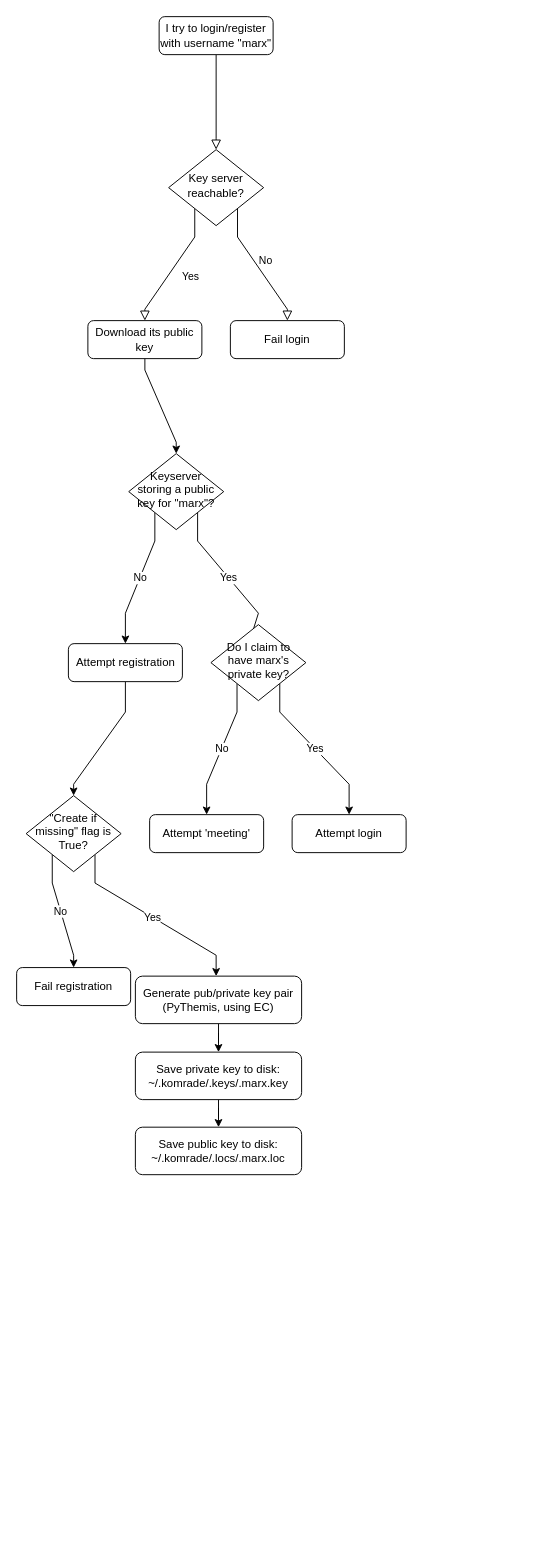
The draw.io diagram cryptosystems.drawio in ComradOrg/Comrad, before the edit. Source tidied: cells renumbered, new cells numbered last; positions are measured from the earlier drawing's top-left corner, leaving out a move shared by most shapes. Both pictures are drawn from the tidied source at 95%, with x=0, y=0 at pixel (16, 16).
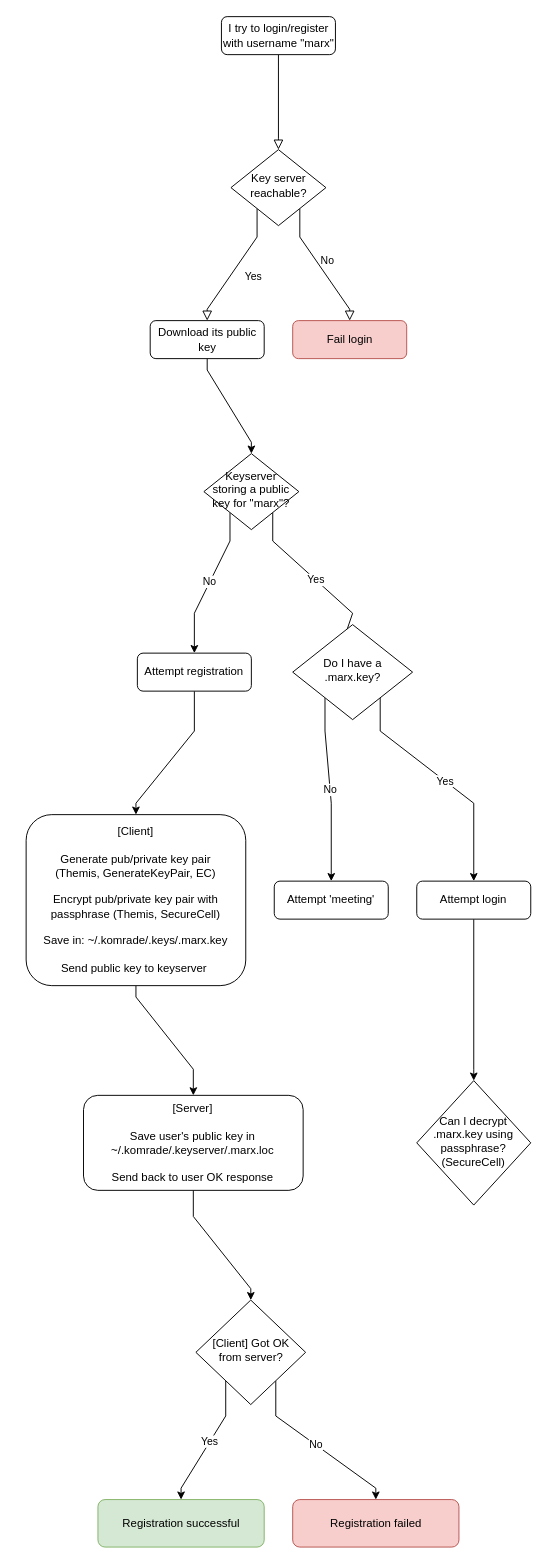
The same page after the edit.

Diff of the diagram source:
```diff
@@
     <mxCell id="2" style="rounded=0;html=1;jettySize=auto;fontSize=11;endArrow=block;endFill=0;endSize=8;strokeWidth=1;shadow=0;labelBackgroundColor=none;edgeStyle=orthogonalEdgeStyle;noEdgeStyle=1;orthogonal=1;" parent="1" edge="1" source="3" target="6">
       <mxGeometry relative="1" as="geometry">
         <Array as="points">
-          <mxPoint x="210" y="52" />
-          <mxPoint x="210" y="128" />
+          <mxPoint x="275.6" y="52" />
+          <mxPoint x="275.6" y="128" />
         </Array>
       </mxGeometry>
     </mxCell>
     <mxCell id="3" value="I try to login/register with username &quot;marx&quot;" style="rounded=1;whiteSpace=wrap;html=1;fontSize=12;glass=0;strokeWidth=1;shadow=0;" parent="1" vertex="1">
-      <mxGeometry x="150" width="120" height="40" as="geometry" />
+      <mxGeometry x="215.6" width="120" height="40" as="geometry" />
     </mxCell>
     <mxCell id="4" value="Yes" style="rounded=0;html=1;jettySize=auto;fontSize=11;endArrow=block;endFill=0;endSize=8;strokeWidth=1;shadow=0;labelBackgroundColor=none;edgeStyle=orthogonalEdgeStyle;noEdgeStyle=1;orthogonal=1;" parent="1" edge="1" source="6" target="9">
       <mxGeometry y="20" relative="1" as="geometry">
         <Array as="points">
-          <mxPoint x="187.5" y="232" />
-          <mxPoint x="135" y="308" />
+          <mxPoint x="253.1" y="232" />
+          <mxPoint x="200.6" y="308" />
         </Array>
       </mxGeometry>
     </mxCell>
     <mxCell id="5" value="No" style="edgeStyle=orthogonalEdgeStyle;rounded=0;html=1;jettySize=auto;fontSize=11;endArrow=block;endFill=0;endSize=8;strokeWidth=1;shadow=0;labelBackgroundColor=none;noEdgeStyle=1;orthogonal=1;" parent="1" edge="1" source="6" target="7">
       <mxGeometry y="10" relative="1" as="geometry">
         <Array as="points">
-          <mxPoint x="232.5" y="232" />
-          <mxPoint x="285" y="308" />
+          <mxPoint x="298.1" y="232" />
+          <mxPoint x="350.6" y="308" />
         </Array>
       </mxGeometry>
     </mxCell>
     <mxCell id="6" value="Key server reachable?" style="rhombus;whiteSpace=wrap;html=1;shadow=0;fontFamily=Helvetica;fontSize=12;align=center;strokeWidth=1;spacing=6;spacingTop=-4;" parent="1" vertex="1">
-      <mxGeometry x="160" y="140" width="100" height="80" as="geometry" />
+      <mxGeometry x="225.6" y="140" width="100" height="80" as="geometry" />
     </mxCell>
-    <mxCell id="7" value="Fail login" style="rounded=1;whiteSpace=wrap;html=1;fontSize=12;glass=0;strokeWidth=1;shadow=0;" parent="1" vertex="1">
-      <mxGeometry x="225" y="320" width="120" height="40" as="geometry" />
+    <mxCell id="7" value="Fail login" style="rounded=1;whiteSpace=wrap;html=1;fontSize=12;glass=0;strokeWidth=1;shadow=0;fillColor=#f8cecc;strokeColor=#b85450;" parent="1" vertex="1">
+      <mxGeometry x="290.6" y="320" width="120" height="40" as="geometry" />
     </mxCell>
     <mxCell id="8" style="edgeStyle=orthogonalEdgeStyle;rounded=0;jettySize=auto;html=1;noEdgeStyle=1;orthogonal=1;" parent="1" edge="1" source="9" target="12">
       <mxGeometry relative="1" as="geometry">
         <Array as="points">
-          <mxPoint x="135" y="372" />
-          <mxPoint x="168" y="448" />
+          <mxPoint x="200.6" y="372" />
+          <mxPoint x="247.1" y="448" />
         </Array>
       </mxGeometry>
     </mxCell>
     <mxCell id="9" value="Download its public key" style="rounded=1;whiteSpace=wrap;html=1;fontSize=12;glass=0;strokeWidth=1;shadow=0;" parent="1" vertex="1">
-      <mxGeometry x="75" y="320" width="120" height="40" as="geometry" />
+      <mxGeometry x="140.6" y="320" width="120" height="40" as="geometry" />
     </mxCell>
     <mxCell id="10" value="No" style="edgeStyle=orthogonalEdgeStyle;rounded=0;jettySize=auto;html=1;noEdgeStyle=1;orthogonal=1;" parent="1" edge="1" source="12" target="22">
       <mxGeometry relative="1" as="geometry">
         <Array as="points">
-          <mxPoint x="145.5" y="552" />
-          <mxPoint x="114.5" y="628" />
+          <mxPoint x="224.6" y="552" />
+          <mxPoint x="187.1" y="628" />
         </Array>
       </mxGeometry>
     </mxCell>
     <mxCell id="11" value="Yes" style="edgeStyle=orthogonalEdgeStyle;rounded=0;jettySize=auto;html=1;noEdgeStyle=1;orthogonal=1;entryX=0.4;entryY=0.25;entryDx=0;entryDy=0;entryPerimeter=0;" parent="1" edge="1" source="12" target="15">
       <mxGeometry relative="1" as="geometry">
         <Array as="points">
-          <mxPoint x="190.5" y="552" />
-          <mxPoint x="254.5" y="628" />
+          <mxPoint x="269.6" y="552" />
+          <mxPoint x="353.7" y="628" />
         </Array>
       </mxGeometry>
     </mxCell>
     <mxCell id="12" value="Keyserver storing a public key for &quot;marx&quot;?" style="rhombus;whiteSpace=wrap;html=1;shadow=0;fontFamily=Helvetica;fontSize=12;align=center;strokeWidth=1;spacing=6;spacingTop=-4;" parent="1" vertex="1">
-      <mxGeometry x="118" y="460" width="100" height="80" as="geometry" />
+      <mxGeometry x="197.1" y="460" width="100" height="80" as="geometry" />
     </mxCell>
     <mxCell id="13" value="No" style="edgeStyle=orthogonalEdgeStyle;rounded=0;jettySize=auto;html=1;noEdgeStyle=1;orthogonal=1;" parent="1" edge="1" source="15" target="16">
       <mxGeometry relative="1" as="geometry">
         <Array as="points">
-          <mxPoint x="232" y="732" />
-          <mxPoint x="200" y="808" />
+          <mxPoint x="324.6" y="752" />
+          <mxPoint x="331.2" y="828" />
         </Array>
       </mxGeometry>
     </mxCell>
     <mxCell id="14" value="Yes" style="edgeStyle=orthogonalEdgeStyle;rounded=0;jettySize=auto;html=1;noEdgeStyle=1;orthogonal=1;" parent="1" edge="1" source="15" target="23">
       <mxGeometry relative="1" as="geometry">
         <Array as="points">
-          <mxPoint x="277" y="732" />
-          <mxPoint x="350" y="808" />
+          <mxPoint x="382.7" y="752" />
+          <mxPoint x="481.2" y="828" />
         </Array>
       </mxGeometry>
     </mxCell>
-    <mxCell id="15" value="Do I claim to have marx's private key?" style="rhombus;whiteSpace=wrap;html=1;shadow=0;fontFamily=Helvetica;fontSize=12;align=center;strokeWidth=1;spacing=6;spacingTop=-4;" parent="1" vertex="1">
-      <mxGeometry x="204.5" y="640" width="100" height="80" as="geometry" />
+    <mxCell id="15" value="Do I have a .marx.key?" style="rhombus;whiteSpace=wrap;html=1;shadow=0;fontFamily=Helvetica;fontSize=12;align=center;strokeWidth=1;spacing=6;spacingTop=-4;" parent="1" vertex="1">
+      <mxGeometry x="290.6" y="640" width="126.2" height="100" as="geometry" />
     </mxCell>
     <mxCell id="16" value="Attempt 'meeting'" style="rounded=1;whiteSpace=wrap;html=1;fontSize=12;glass=0;strokeWidth=1;shadow=0;" parent="1" vertex="1">
-      <mxGeometry x="140" y="840" width="120" height="40" as="geometry" />
+      <mxGeometry x="271.2" y="910" width="120" height="40" as="geometry" />
     </mxCell>
-    <mxCell id="17" value="No" style="edgeStyle=orthogonalEdgeStyle;rounded=0;jettySize=auto;html=1;noEdgeStyle=1;orthogonal=1;" parent="1" edge="1" source="19" target="20">
-      <mxGeometry relative="1" as="geometry">
-        <Array as="points">
-          <mxPoint x="37.5" y="912" />
-          <mxPoint x="60" y="988" />
-        </Array>
-      </mxGeometry>
-    </mxCell>
-    <mxCell id="18" value="Yes" style="edgeStyle=orthogonalEdgeStyle;rounded=0;jettySize=auto;html=1;noEdgeStyle=1;orthogonal=1;" parent="1" edge="1" source="19" target="25">
-      <mxGeometry relative="1" as="geometry">
-        <Array as="points">
-          <mxPoint x="82.5" y="912" />
-          <mxPoint x="210" y="988" />
-        </Array>
-      </mxGeometry>
-    </mxCell>
-    <mxCell id="19" value="&quot;Create if missing&quot; flag is True?" style="rhombus;whiteSpace=wrap;html=1;shadow=0;fontFamily=Helvetica;fontSize=12;align=center;strokeWidth=1;spacing=6;spacingTop=-4;" parent="1" vertex="1">
-      <mxGeometry x="10" y="820" width="100" height="80" as="geometry" />
-    </mxCell>
-    <mxCell id="20" value="Fail registration" style="rounded=1;whiteSpace=wrap;html=1;fontSize=12;glass=0;strokeWidth=1;shadow=0;" parent="1" vertex="1">
-      <mxGeometry y="1001" width="120" height="40" as="geometry" />
-    </mxCell>
-    <mxCell id="21" style="edgeStyle=orthogonalEdgeStyle;rounded=0;jettySize=auto;html=1;noEdgeStyle=1;orthogonal=1;" parent="1" edge="1" source="22" target="19">
+    <mxCell id="21" style="edgeStyle=orthogonalEdgeStyle;rounded=0;jettySize=auto;html=1;noEdgeStyle=1;orthogonal=1;entryX=0.5;entryY=0;entryDx=0;entryDy=0;" parent="1" edge="1" source="22" target="27">
       <mxGeometry relative="1" as="geometry">
         <Array as="points">
-          <mxPoint x="114.5" y="732" />
-          <mxPoint x="60" y="808" />
+          <mxPoint x="187.1" y="752" />
+          <mxPoint x="125.6" y="828" />
         </Array>
       </mxGeometry>
     </mxCell>
     <mxCell id="22" value="Attempt registration" style="rounded=1;whiteSpace=wrap;html=1;fontSize=12;glass=0;strokeWidth=1;shadow=0;" parent="1" vertex="1">
-      <mxGeometry x="54.5" y="660" width="120" height="40" as="geometry" />
+      <mxGeometry x="127.1" y="670" width="120" height="40" as="geometry" />
     </mxCell>
+    <mxCell id="29" style="edgeStyle=orthogonalEdgeStyle;rounded=0;jettySize=auto;html=1;noEdgeStyle=1;orthogonal=1;entryX=0.5;entryY=0;entryDx=0;entryDy=0;" parent="1" edge="1" source="23" target="31">
+      <mxGeometry relative="1" as="geometry">
+        <Array as="points">
+          <mxPoint x="481.2" y="1032" />
+          <mxPoint x="481.2" y="1108" />
+        </Array>
+      </mxGeometry>
+    </mxCell>
     <mxCell id="23" value="Attempt login" style="rounded=1;whiteSpace=wrap;html=1;fontSize=12;glass=0;strokeWidth=1;shadow=0;" parent="1" vertex="1">
-      <mxGeometry x="290" y="840" width="120" height="40" as="geometry" />
+      <mxGeometry x="421.2" y="910" width="120" height="40" as="geometry" />
     </mxCell>
-    <mxCell id="24" style="edgeStyle=orthogonalEdgeStyle;rounded=0;jettySize=auto;html=1;" parent="1" edge="1" source="25" target="27">
-      <mxGeometry relative="1" as="geometry" />
-    </mxCell>
-    <mxCell id="25" value="Generate pub/private key pair (PyThemis, using EC)" style="rounded=1;whiteSpace=wrap;html=1;fontSize=12;glass=0;strokeWidth=1;shadow=0;" parent="1" vertex="1">
-      <mxGeometry x="125" y="1010" width="175" height="50" as="geometry" />
-    </mxCell>
-    <mxCell id="26" style="edgeStyle=orthogonalEdgeStyle;rounded=0;jettySize=auto;html=1;" parent="1" edge="1" source="27" target="28">
-      <mxGeometry relative="1" as="geometry" />
-    </mxCell>
+    <mxCell id="30" style="edgeStyle=orthogonalEdgeStyle;rounded=0;jettySize=auto;html=1;noEdgeStyle=1;orthogonal=1;entryX=0.5;entryY=0;entryDx=0;entryDy=0;" parent="1" edge="1" source="27" target="34">
+      <mxGeometry relative="1" as="geometry">
+        <Array as="points">
+          <mxPoint x="125.6" y="1032" />
+          <mxPoint x="186" y="1108" />
+        </Array>
+      </mxGeometry>
+    </mxCell>
-    <mxCell id="27" value="Save private key to disk: ~/.komrade/.keys/.marx.key" style="rounded=1;whiteSpace=wrap;html=1;fontSize=12;glass=0;strokeWidth=1;shadow=0;" parent="1" vertex="1">
-      <mxGeometry x="125" y="1090" width="175" height="50" as="geometry" />
+    <mxCell id="27" value="&lt;div&gt;&lt;span&gt;[Client]&lt;/span&gt;&lt;/div&gt;&lt;div&gt;&lt;span&gt;&lt;br&gt;&lt;/span&gt;&lt;/div&gt;&lt;span&gt;Generate pub/private key pair&lt;br&gt;(Themis, GenerateKeyPair, EC)&lt;br&gt;&lt;/span&gt;&lt;br&gt;&lt;span&gt;Encrypt pub/private key pair with passphrase&amp;nbsp;&lt;/span&gt;&lt;span&gt;(Themis, SecureCell)&lt;br&gt;&lt;/span&gt;&lt;br&gt;&lt;span&gt;Save in:&amp;nbsp;&lt;/span&gt;&lt;span&gt;~/.komrade/.keys/.marx.key&lt;br&gt;&lt;br&gt;&lt;/span&gt;Send public key to keyserver&lt;span&gt;&amp;nbsp;&lt;/span&gt;" style="rounded=1;whiteSpace=wrap;html=1;fontSize=12;glass=0;strokeWidth=1;shadow=0;align=center;" parent="1" vertex="1">
+      <mxGeometry x="10" y="840" width="231.2" height="180" as="geometry" />
     </mxCell>
-    <mxCell id="28" value="Save public key to disk: ~/.komrade/.locs/.marx.loc" style="rounded=1;whiteSpace=wrap;html=1;fontSize=12;glass=0;strokeWidth=1;shadow=0;" parent="1" vertex="1">
-      <mxGeometry x="125" y="1169" width="175" height="50" as="geometry" />
-    </mxCell>
+    <mxCell id="31" value="Can I decrypt .marx.key using passphrase? (SecureCell)" style="rhombus;whiteSpace=wrap;html=1;shadow=0;fontFamily=Helvetica;fontSize=12;align=center;strokeWidth=1;spacing=6;spacingTop=-4;" parent="1" vertex="1">
+      <mxGeometry x="421.2" y="1120" width="120" height="131" as="geometry" />
+    </mxCell>
+    <mxCell id="32" value="Registration successful" style="rounded=1;whiteSpace=wrap;html=1;fontSize=12;glass=0;strokeWidth=1;shadow=0;fillColor=#d5e8d4;strokeColor=#82b366;" parent="1" vertex="1">
+      <mxGeometry x="85.6" y="1561" width="175" height="50" as="geometry" />
+    </mxCell>
+    <mxCell id="33" style="edgeStyle=orthogonalEdgeStyle;rounded=0;jettySize=auto;html=1;noEdgeStyle=1;orthogonal=1;" parent="1" edge="1" source="34" target="35">
+      <mxGeometry relative="1" as="geometry">
+        <Array as="points">
+          <mxPoint x="186" y="1263" />
+          <mxPoint x="246.5" y="1339" />
+        </Array>
+      </mxGeometry>
+    </mxCell>
+    <mxCell id="34" value="&lt;div&gt;&lt;span&gt;[Server]&lt;/span&gt;&lt;/div&gt;&lt;div&gt;&lt;span&gt;&lt;br&gt;&lt;/span&gt;&lt;/div&gt;&lt;div&gt;Save user's public key in&lt;/div&gt;&lt;div&gt;~/.komrade/.keyserver/.marx.loc&lt;/div&gt;&lt;div&gt;&lt;br&gt;&lt;/div&gt;&lt;div&gt;&lt;div&gt;Send back to user OK response&lt;/div&gt;&lt;/div&gt;" style="rounded=1;whiteSpace=wrap;html=1;fontSize=12;glass=0;strokeWidth=1;shadow=0;align=center;" parent="1" vertex="1">
+      <mxGeometry x="70.4" y="1135.5" width="231.2" height="100" as="geometry" />
+    </mxCell>
+    <mxCell id="18" value="Yes" style="edgeStyle=orthogonalEdgeStyle;rounded=0;jettySize=auto;html=1;noEdgeStyle=1;orthogonal=1;" parent="1" edge="1" source="35" target="32">
+      <mxGeometry relative="1" as="geometry">
+        <Array as="points">
+          <mxPoint x="220.1" y="1473" />
+          <mxPoint x="173.1" y="1549" />
+        </Array>
+      </mxGeometry>
+    </mxCell>
+    <mxCell id="17" value="No" style="edgeStyle=orthogonalEdgeStyle;rounded=0;jettySize=auto;html=1;noEdgeStyle=1;orthogonal=1;" parent="1" edge="1" source="35" target="36">
+      <mxGeometry relative="1" as="geometry">
+        <Array as="points">
+          <mxPoint x="272.8" y="1473" />
+          <mxPoint x="378.1" y="1549" />
+        </Array>
+      </mxGeometry>
+    </mxCell>
+    <mxCell id="35" value="[Client] Got OK from server?" style="rhombus;whiteSpace=wrap;html=1;shadow=0;fontFamily=Helvetica;fontSize=12;align=center;strokeWidth=1;spacing=6;spacingTop=-4;" parent="1" vertex="1">
+      <mxGeometry x="188.7" y="1351" width="115.5" height="110" as="geometry" />
+    </mxCell>
+    <mxCell id="36" value="Registration failed" style="rounded=1;whiteSpace=wrap;html=1;fontSize=12;glass=0;strokeWidth=1;shadow=0;fillColor=#f8cecc;strokeColor=#b85450;" parent="1" vertex="1">
+      <mxGeometry x="290.6" y="1561" width="175" height="50" as="geometry" />
+    </mxCell>
```
